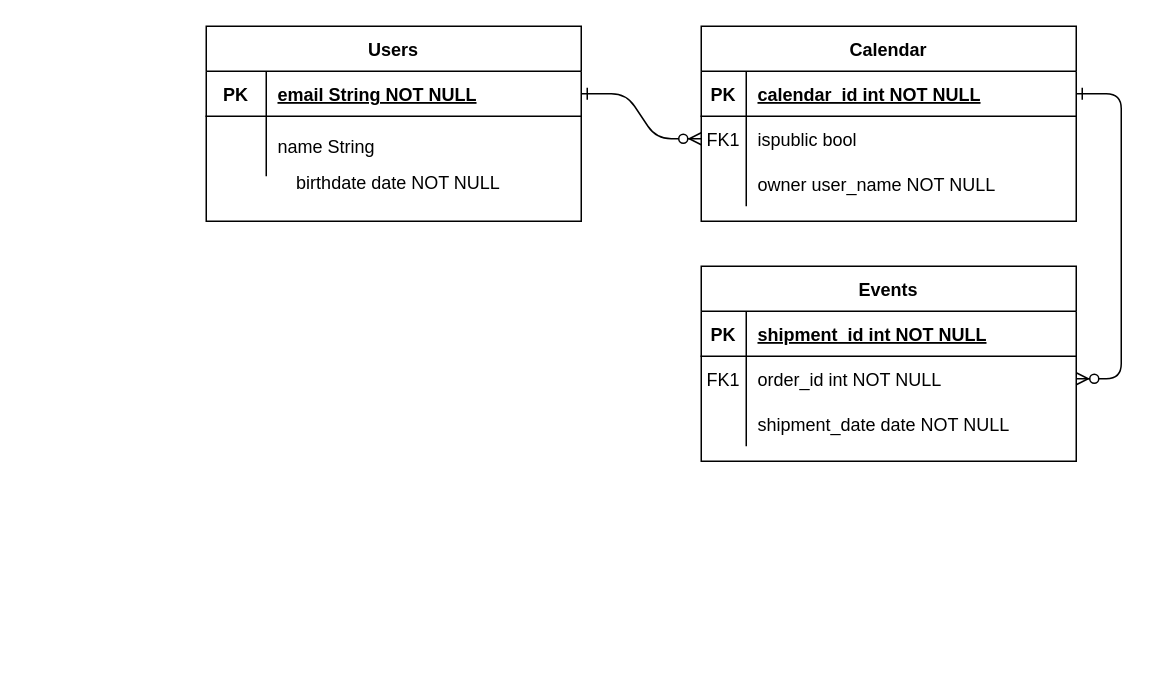
The draw.io diagram Untitled Diagram.drawio in smj2173/UI-Design, before the edit. Source tidied: cells renumbered, new cells numbered last; positions are measured from the earlier drawing's top-left corner, leaving out a move shared by most shapes. Both pictures are drawn from the tidied source at 150%, with x=0, y=0 at pixel (206, 26).
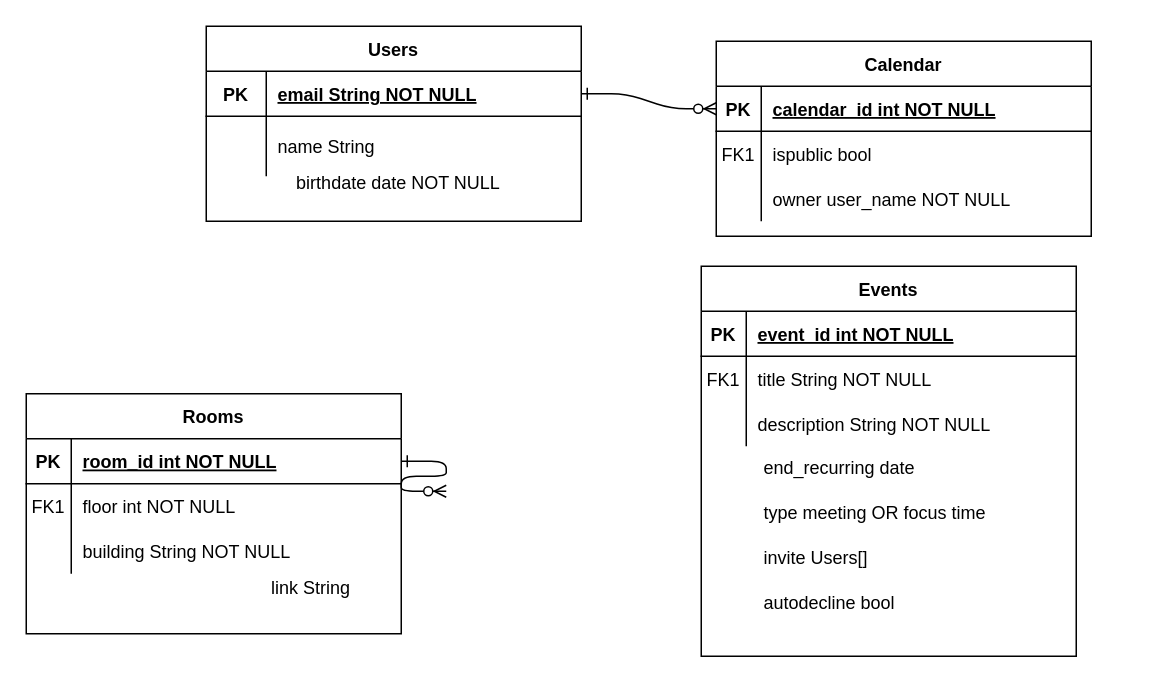
Above is the later version.

The change refers to these unchanged cells:
```xml
<mxCell id="5" style="shape=partialRectangle;fillColor=none;points=[[0,0.5],[1,0.5]];portConstraint=eastwest;top=0;left=0;right=0;bottom=1;" parent="4" vertex="1">
  <mxGeometry y="30" width="250" height="30" as="geometry" />
</mxCell>
<mxCell id="8" style="shape=partialRectangle;fillColor=none;points=[[0,0.5],[1,0.5]];portConstraint=eastwest;top=0;left=0;right=0;bottom=0;" parent="4" vertex="1">
  <mxGeometry y="60" width="250" height="30" as="geometry" />
</mxCell>
<mxCell id="11" style="shape=partialRectangle;fillColor=none;top=0;left=0;right=0;bottom=0;" parent="4" vertex="1">
  <mxGeometry y="90" width="250" height="30" as="geometry" />
</mxCell>
<mxCell id="15" style="shape=partialRectangle;fillColor=none;top=0;left=0;right=0;bottom=1;" parent="14" vertex="1">
  <mxGeometry y="30" width="250" height="30" as="geometry" />
</mxCell>
<mxCell id="18" style="shape=partialRectangle;fillColor=none;points=[[0,0.5],[1,0.5]];portConstraint=eastwest;top=0;left=0;right=0;bottom=0;" parent="14" vertex="1">
  <mxGeometry y="60" width="250" height="30" as="geometry" />
</mxCell>
<mxCell id="21" style="shape=partialRectangle;fillColor=none;top=0;left=0;right=0;bottom=0;" parent="14" vertex="1">
  <mxGeometry y="90" width="250" height="30" as="geometry" />
</mxCell>
<mxCell id="25" style="shape=partialRectangle;fillColor=none;points=[[0,0.5],[1,0.5]];portConstraint=eastwest;top=0;left=0;right=0;bottom=1;" parent="24" vertex="1">
  <mxGeometry y="30" width="250" height="30" as="geometry" />
</mxCell>
```

The edit, as a diff of the source:
```diff
@@
-    <mxCell id="2" style="edgeStyle=entityRelationEdgeStyle;endArrow=ERzeroToMany;startArrow=ERone;endFill=1;startFill=0;" parent="1" edge="1" source="25" target="8">
+    <mxCell id="2" style="edgeStyle=entityRelationEdgeStyle;endArrow=ERzeroToMany;startArrow=ERone;endFill=1;startFill=0;entryX=0;entryY=0.5;entryDx=0;entryDy=0;" parent="1" edge="1" source="25" target="37">
       <mxGeometry relative="1" as="geometry" />
     </mxCell>
-    <mxCell id="3" style="edgeStyle=entityRelationEdgeStyle;endArrow=ERzeroToMany;startArrow=ERone;endFill=1;startFill=0;" parent="1" edge="1" source="5" target="18">
-      <mxGeometry relative="1" as="geometry" />
+    <mxCell id="3" style="edgeStyle=entityRelationEdgeStyle;endArrow=ERzeroToMany;startArrow=ERone;endFill=1;startFill=0;" parent="1" edge="1" source="5">
+      <mxGeometry relative="1" as="geometry">
+        <mxPoint x="160" y="310" as="targetPoint" />
+      </mxGeometry>
     </mxCell>
-    <mxCell id="4" value="Calendar" style="shape=table;startSize=30;childLayout=tableLayout;rowLines=0;fontStyle=1;align=center;" parent="1" vertex="1">
-      <mxGeometry x="330" width="250" height="130" as="geometry" />
+    <mxCell id="4" value="Rooms" style="shape=table;startSize=30;childLayout=tableLayout;rowLines=0;fontStyle=1;align=center;" parent="1" vertex="1">
+      <mxGeometry x="-120" y="245" width="250" height="160" as="geometry" />
     </mxCell>
@@
-    <mxCell id="7" value="calendar_id int NOT NULL " style="shape=partialRectangle;overflow=hidden;fillColor=none;top=0;left=0;bottom=0;right=0;align=left;spacingLeft=6;fontStyle=5;" parent="5" vertex="1">
+    <mxCell id="7" value="room_id int NOT NULL " style="shape=partialRectangle;overflow=hidden;fillColor=none;top=0;left=0;bottom=0;right=0;align=left;spacingLeft=6;fontStyle=5;" parent="5" vertex="1">
       <mxGeometry x="30" width="220" height="30" as="geometry" />
     </mxCell>
@@
-    <mxCell id="10" value="ispublic bool" style="shape=partialRectangle;overflow=hidden;fillColor=none;top=0;left=0;bottom=0;right=0;align=left;spacingLeft=6;" parent="8" vertex="1">
+    <mxCell id="10" value="floor int NOT NULL" style="shape=partialRectangle;overflow=hidden;fillColor=none;top=0;left=0;bottom=0;right=0;align=left;spacingLeft=6;" parent="8" vertex="1">
       <mxGeometry x="30" width="220" height="30" as="geometry" />
     </mxCell>
@@
-    <mxCell id="13" value="owner user_name NOT NULL" style="shape=partialRectangle;overflow=hidden;fillColor=none;top=0;left=0;bottom=0;right=0;align=left;spacingLeft=6;" parent="11" vertex="1">
+    <mxCell id="13" value="building String NOT NULL" style="shape=partialRectangle;overflow=hidden;fillColor=none;top=0;left=0;bottom=0;right=0;align=left;spacingLeft=6;" parent="11" vertex="1">
       <mxGeometry x="30" width="220" height="30" as="geometry" />
     </mxCell>
     <mxCell id="14" value="Events" style="shape=table;startSize=30;childLayout=tableLayout;rowLines=0;fontStyle=1;align=center;" parent="1" vertex="1">
-      <mxGeometry x="330" y="160" width="250" height="130" as="geometry" />
+      <mxGeometry x="330" y="160" width="250" height="260" as="geometry" />
     </mxCell>
@@
-    <mxCell id="17" value="shipment_id int NOT NULL " style="shape=partialRectangle;overflow=hidden;fillColor=none;top=0;left=0;bottom=0;right=0;align=left;spacingLeft=6;fontStyle=5;" parent="15" vertex="1">
+    <mxCell id="17" value="event_id int NOT NULL " style="shape=partialRectangle;overflow=hidden;fillColor=none;top=0;left=0;bottom=0;right=0;align=left;spacingLeft=6;fontStyle=5;" parent="15" vertex="1">
       <mxGeometry x="30" width="220" height="30" as="geometry" />
     </mxCell>
@@
-    <mxCell id="20" value="order_id int NOT NULL" style="shape=partialRectangle;overflow=hidden;fillColor=none;top=0;left=0;bottom=0;right=0;align=left;spacingLeft=6;" parent="18" vertex="1">
+    <mxCell id="20" value="title String NOT NULL" style="shape=partialRectangle;overflow=hidden;fillColor=none;top=0;left=0;bottom=0;right=0;align=left;spacingLeft=6;" parent="18" vertex="1">
       <mxGeometry x="30" width="220" height="30" as="geometry" />
     </mxCell>
@@
-    <mxCell id="23" value="shipment_date date NOT NULL" style="shape=partialRectangle;overflow=hidden;fillColor=none;top=0;left=0;bottom=0;right=0;align=left;spacingLeft=6;" parent="21" vertex="1">
+    <mxCell id="23" value="description String NOT NULL" style="shape=partialRectangle;overflow=hidden;fillColor=none;top=0;left=0;bottom=0;right=0;align=left;spacingLeft=6;" parent="21" vertex="1">
       <mxGeometry x="30" width="220" height="30" as="geometry" />
     </mxCell>
@@
+    <mxCell id="32" value="end_recurring date" style="text;html=1;strokeColor=none;fillColor=none;align=left;verticalAlign=middle;whiteSpace=wrap;rounded=0;" parent="1" vertex="1">
+      <mxGeometry x="370" y="280" width="170" height="30" as="geometry" />
+    </mxCell>
+    <mxCell id="33" value="type meeting OR focus time" style="text;html=1;strokeColor=none;fillColor=none;align=left;verticalAlign=middle;whiteSpace=wrap;rounded=0;" parent="1" vertex="1">
+      <mxGeometry x="370" y="310" width="180" height="30" as="geometry" />
+    </mxCell>
+    <mxCell id="34" value="invite Users[]" style="text;html=1;strokeColor=none;fillColor=none;align=left;verticalAlign=middle;whiteSpace=wrap;rounded=0;" parent="1" vertex="1">
+      <mxGeometry x="370" y="340" width="190" height="30" as="geometry" />
+    </mxCell>
+    <mxCell id="35" value="autodecline bool" style="text;html=1;strokeColor=none;fillColor=none;align=left;verticalAlign=middle;whiteSpace=wrap;rounded=0;" parent="1" vertex="1">
+      <mxGeometry x="370" y="370" width="170" height="30" as="geometry" />
+    </mxCell>
+    <mxCell id="36" value="Calendar" style="shape=table;startSize=30;childLayout=tableLayout;rowLines=0;fontStyle=1;align=center;" parent="1" vertex="1">
+      <mxGeometry x="340" y="10" width="250" height="130" as="geometry" />
+    </mxCell>
+    <mxCell id="37" style="shape=partialRectangle;fillColor=none;points=[[0,0.5],[1,0.5]];portConstraint=eastwest;top=0;left=0;right=0;bottom=1;" parent="36" vertex="1">
+      <mxGeometry y="30" width="250" height="30" as="geometry" />
+    </mxCell>
+    <mxCell id="38" value="PK" style="shape=partialRectangle;overflow=hidden;fillColor=none;top=0;left=0;bottom=0;right=0;fontStyle=1;" parent="37" vertex="1">
+      <mxGeometry width="30" height="30" as="geometry" />
+    </mxCell>
+    <mxCell id="39" value="calendar_id int NOT NULL " style="shape=partialRectangle;overflow=hidden;fillColor=none;top=0;left=0;bottom=0;right=0;align=left;spacingLeft=6;fontStyle=5;" parent="37" vertex="1">
+      <mxGeometry x="30" width="220" height="30" as="geometry" />
+    </mxCell>
+    <mxCell id="40" style="shape=partialRectangle;fillColor=none;top=0;left=0;right=0;bottom=0;" parent="36" vertex="1">
+      <mxGeometry y="60" width="250" height="30" as="geometry" />
+    </mxCell>
+    <mxCell id="41" value="FK1" style="shape=partialRectangle;overflow=hidden;fillColor=none;top=0;left=0;bottom=0;right=0;" parent="40" vertex="1">
+      <mxGeometry width="30" height="30" as="geometry" />
+    </mxCell>
+    <mxCell id="42" value="ispublic bool" style="shape=partialRectangle;overflow=hidden;fillColor=none;top=0;left=0;bottom=0;right=0;align=left;spacingLeft=6;" parent="40" vertex="1">
+      <mxGeometry x="30" width="220" height="30" as="geometry" />
+    </mxCell>
+    <mxCell id="43" style="shape=partialRectangle;fillColor=none;top=0;left=0;right=0;bottom=0;" parent="36" vertex="1">
+      <mxGeometry y="90" width="250" height="30" as="geometry" />
+    </mxCell>
+    <mxCell id="44" style="shape=partialRectangle;overflow=hidden;fillColor=none;top=0;left=0;bottom=0;right=0;" parent="43" vertex="1">
+      <mxGeometry width="30" height="30" as="geometry" />
+    </mxCell>
+    <mxCell id="45" value="owner user_name NOT NULL" style="shape=partialRectangle;overflow=hidden;fillColor=none;top=0;left=0;bottom=0;right=0;align=left;spacingLeft=6;" parent="43" vertex="1">
+      <mxGeometry x="30" width="220" height="30" as="geometry" />
+    </mxCell>
+    <mxCell id="46" value="link String" style="text;html=1;strokeColor=none;fillColor=none;align=center;verticalAlign=middle;whiteSpace=wrap;rounded=0;" parent="1" vertex="1">
+      <mxGeometry x="40" y="360" width="60" height="30" as="geometry" />
+    </mxCell>
```
